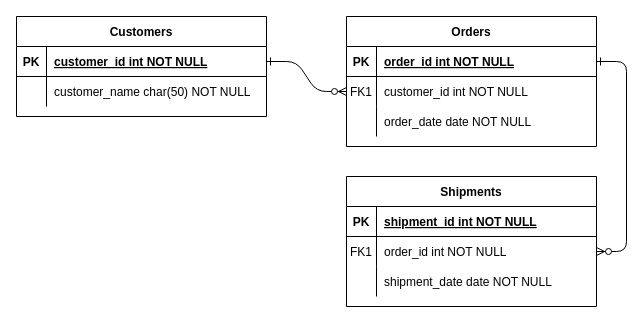
Before: Untitled Diagram.drawio in AndreasThum/UML-Notes, a draw.io diagram. Source tidied: cells renumbered, new cells numbered last; positions are measured from the earlier drawing's top-left corner, leaving out a move shared by most shapes. Both pictures are drawn from the tidied source at 100%, with x=0, y=0 at pixel (16, 16).
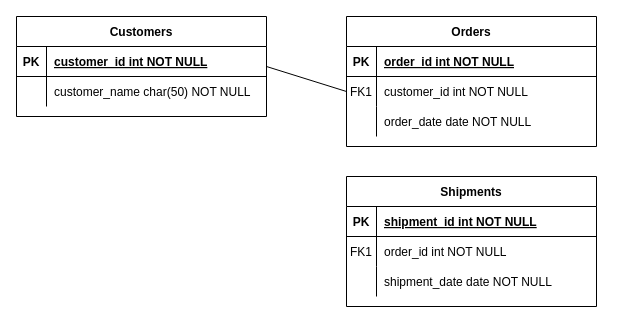
After the change.

Unchanged cells that the change refers to:
```xml
<mxCell id="5" style="shape=partialRectangle;fillColor=none;points=[[0,0.5],[1,0.5]];portConstraint=eastwest;top=0;left=0;right=0;bottom=1;" parent="4" vertex="1">
  <mxGeometry y="30" width="250" height="30" as="geometry" />
</mxCell>
<mxCell id="8" style="shape=partialRectangle;fillColor=none;points=[[0,0.5],[1,0.5]];portConstraint=eastwest;top=0;left=0;right=0;bottom=0;" parent="4" vertex="1">
  <mxGeometry y="60" width="250" height="30" as="geometry" />
</mxCell>
<mxCell id="18" style="shape=partialRectangle;fillColor=none;points=[[0,0.5],[1,0.5]];portConstraint=eastwest;top=0;left=0;right=0;bottom=0;" parent="14" vertex="1">
  <mxGeometry y="60" width="250" height="30" as="geometry" />
</mxCell>
<mxCell id="24" value="Customers" style="shape=table;startSize=30;childLayout=tableLayout;rowLines=0;fontStyle=1;align=center;" parent="1" vertex="1">
  <mxGeometry width="250" height="100" as="geometry" />
</mxCell>
<mxCell id="25" style="shape=partialRectangle;fillColor=none;points=[[0,0.5],[1,0.5]];portConstraint=eastwest;top=0;left=0;right=0;bottom=1;" parent="24" vertex="1">
  <mxGeometry y="30" width="250" height="30" as="geometry" />
</mxCell>
```

The edit, as a diff of the source:
```diff
@@
-    <mxCell id="2" style="edgeStyle=entityRelationEdgeStyle;endArrow=ERzeroToMany;startArrow=ERone;endFill=1;startFill=0;" parent="1" edge="1" source="25" target="8">
-      <mxGeometry relative="1" as="geometry" />
-    </mxCell>
-    <mxCell id="3" style="edgeStyle=entityRelationEdgeStyle;endArrow=ERzeroToMany;startArrow=ERone;endFill=1;startFill=0;" parent="1" edge="1" source="5" target="18">
-      <mxGeometry relative="1" as="geometry" />
-    </mxCell>
@@
+    <mxCell id="31" style="endArrow=none;html=1;exitX=1;exitY=0.5;exitDx=0;exitDy=0;entryX=0;entryY=0.5;entryDx=0;entryDy=0;" parent="1" edge="1" source="24" target="8">
+      <mxGeometry relative="1" as="geometry" />
+    </mxCell>
```
